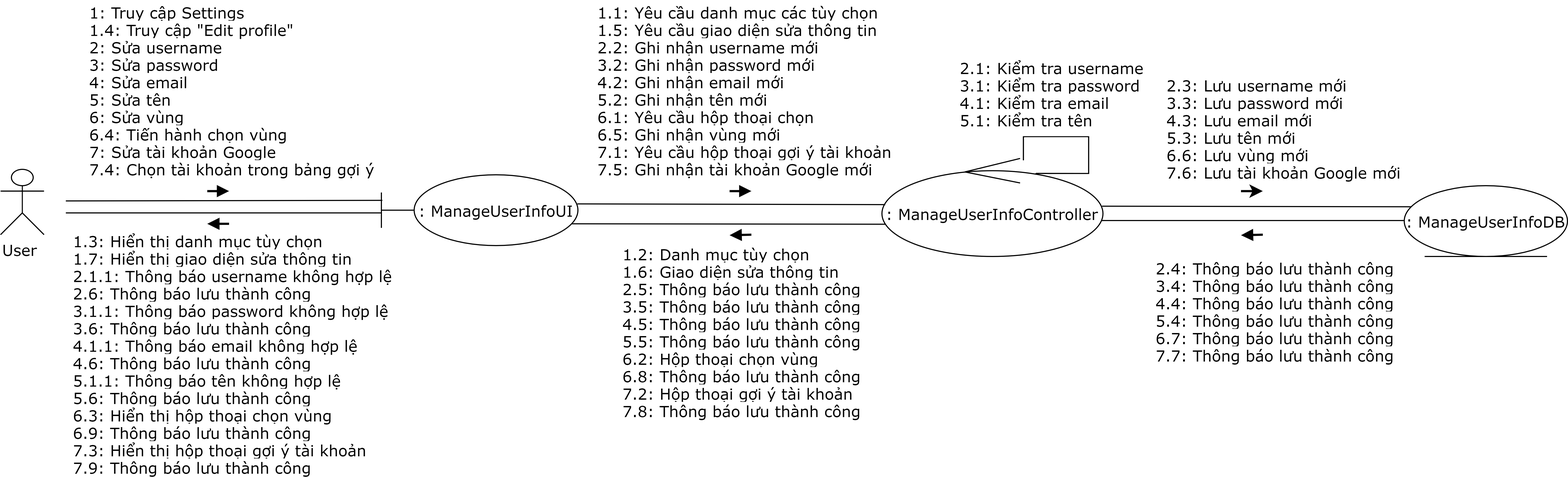
Merevoli-DatLuu/To-Do-App keeps this draw.io diagram as ToDoApp-Doc/Document/Diagram/Collaboration Diagram/ManageUserInfo/ManageUserInfo-CD-final.png. Above is the earlier version. Source tidied: cells renumbered, new cells last; positions are measured from the earlier drawing's top-left corner, leaving out a move shared by most shapes.
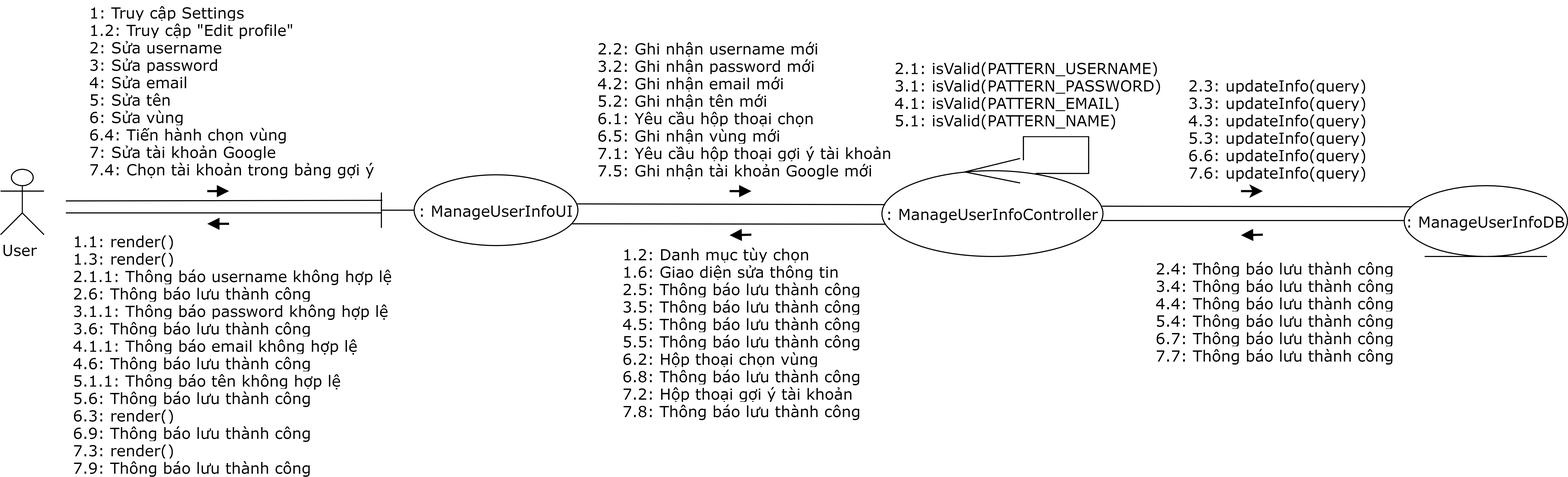
The same file after the commit.

Commit message:
[Modified]: Edit ManageUserInfo Collaboration Diagram

Change to the diagram source:
```diff
@@ -29,8 +29,8 @@
         <mxPoint x="670" y="215.5" as="targetPoint" />
       </mxGeometry>
     </mxCell>
-    <mxCell id="8" value="&lt;span style=&quot;background-color: rgb(255 , 255 , 255)&quot;&gt;2.1: Kiểm tra username&lt;br&gt;3.1: Kiểm tra password&lt;br&gt;4.1: Kiểm tra email&lt;br&gt;5.1: Kiểm tra tên&lt;br&gt;&lt;/span&gt;" style="text;html=1;strokeColor=none;fillColor=none;align=left;verticalAlign=middle;whiteSpace=wrap;rounded=0;fontFamily=Verdana;fontSize=14;" parent="1" vertex="1">
-      <mxGeometry x="880" y="55" width="180" height="62.5" as="geometry" />
+    <mxCell id="8" value="&lt;span style=&quot;background-color: rgb(255 , 255 , 255)&quot;&gt;2.1: isValid(PATTERN_USERNAME)&lt;br&gt;3.1:&amp;nbsp;&lt;/span&gt;&lt;span style=&quot;background-color: rgb(255 , 255 , 255)&quot;&gt;isValid(PATTERN_PASSWORD)&lt;br&gt;&lt;/span&gt;&lt;span style=&quot;background-color: rgb(255 , 255 , 255)&quot;&gt;4.1:&amp;nbsp;&lt;/span&gt;&lt;span style=&quot;background-color: rgb(255 , 255 , 255)&quot;&gt;isValid(PATTERN_EMAIL)&lt;/span&gt;&lt;span style=&quot;background-color: rgb(255 , 255 , 255)&quot;&gt;&lt;br&gt;5.1:&amp;nbsp;&lt;/span&gt;&lt;span style=&quot;background-color: rgb(255 , 255 , 255)&quot;&gt;isValid(PATTERN_NAME)&lt;/span&gt;&lt;span style=&quot;background-color: rgb(255 , 255 , 255)&quot;&gt;&lt;br&gt;&lt;/span&gt;" style="text;html=1;strokeColor=none;fillColor=none;align=left;verticalAlign=middle;whiteSpace=wrap;rounded=0;fontFamily=Verdana;fontSize=14;" parent="1" vertex="1">
+      <mxGeometry x="820" y="55" width="250" height="62.5" as="geometry" />
     </mxCell>
     <mxCell id="9" value=": ManageUserInfoDB" style="ellipse;shape=umlEntity;whiteSpace=wrap;html=1;fontFamily=Verdana;fontSize=14;align=center;" parent="1" vertex="1">
       <mxGeometry x="1290" y="170" width="150" height="65" as="geometry" />
@@ -44,7 +44,7 @@
     <mxCell id="11" style="endArrow=none;html=1;strokeWidth=1;fontFamily=Verdana;fontSize=14;align=left;exitX=0.997;exitY=0.411;exitDx=0;exitDy=0;exitPerimeter=0;entryX=0.015;entryY=0.471;entryDx=0;entryDy=0;entryPerimeter=0;" parent="1" edge="1" source="3" target="5">
       <mxGeometry relative="1" as="geometry" />
     </mxCell>
-    <mxCell id="12" value="&lt;span style=&quot;text-align: center ; background-color: rgb(255 , 255 , 255)&quot;&gt;1: Truy cập Settings&lt;br&gt;&lt;/span&gt;&lt;span style=&quot;text-align: center ; background-color: rgb(255 , 255 , 255)&quot;&gt;1.4: Truy cập &quot;Edit profile&quot;&lt;br&gt;&lt;/span&gt;&lt;span style=&quot;text-align: center ; background-color: rgb(255 , 255 , 255)&quot;&gt;2: Sửa username&lt;br&gt;&lt;/span&gt;&lt;span style=&quot;text-align: center ; background-color: rgb(255 , 255 , 255)&quot;&gt;3: Sửa password&lt;br&gt;&lt;/span&gt;&lt;span style=&quot;text-align: center ; background-color: rgb(255 , 255 , 255)&quot;&gt;4: Sửa email&lt;br&gt;&lt;/span&gt;&lt;span style=&quot;text-align: center ; background-color: rgb(255 , 255 , 255)&quot;&gt;5: Sửa tên&lt;br&gt;&lt;/span&gt;&lt;span style=&quot;text-align: center ; background-color: rgb(255 , 255 , 255)&quot;&gt;6: Sửa vùng&lt;br&gt;&lt;/span&gt;&lt;span style=&quot;text-align: center ; background-color: rgb(255 , 255 , 255)&quot;&gt;6.4: Tiến hành chọn vùng&lt;br&gt;&lt;/span&gt;&lt;span style=&quot;text-align: center ; background-color: rgb(255 , 255 , 255)&quot;&gt;7: Sửa tài khoản Google&lt;br&gt;&lt;/span&gt;&lt;span style=&quot;text-align: center ; background-color: rgb(255 , 255 , 255)&quot;&gt;7.4: Chọn tài khoản trong bảng gợi ý&lt;/span&gt;&lt;span style=&quot;font-family: &amp;#34;verdana&amp;#34; ; background-color: rgb(255 , 255 , 255)&quot;&gt;&lt;br&gt;&lt;/span&gt;" style="text;html=1;strokeColor=none;fillColor=none;align=left;verticalAlign=middle;whiteSpace=wrap;rounded=0;fontFamily=Verdana;fontSize=14;" parent="1" vertex="1">
+    <mxCell id="12" value="&lt;span style=&quot;text-align: center ; background-color: rgb(255 , 255 , 255)&quot;&gt;1: Truy cập Settings&lt;br&gt;&lt;/span&gt;&lt;span style=&quot;text-align: center ; background-color: rgb(255 , 255 , 255)&quot;&gt;1.2: Truy cập &quot;Edit profile&quot;&lt;br&gt;&lt;/span&gt;&lt;span style=&quot;text-align: center ; background-color: rgb(255 , 255 , 255)&quot;&gt;2: Sửa username&lt;br&gt;&lt;/span&gt;&lt;span style=&quot;text-align: center ; background-color: rgb(255 , 255 , 255)&quot;&gt;3: Sửa password&lt;br&gt;&lt;/span&gt;&lt;span style=&quot;text-align: center ; background-color: rgb(255 , 255 , 255)&quot;&gt;4: Sửa email&lt;br&gt;&lt;/span&gt;&lt;span style=&quot;text-align: center ; background-color: rgb(255 , 255 , 255)&quot;&gt;5: Sửa tên&lt;br&gt;&lt;/span&gt;&lt;span style=&quot;text-align: center ; background-color: rgb(255 , 255 , 255)&quot;&gt;6: Sửa vùng&lt;br&gt;&lt;/span&gt;&lt;span style=&quot;text-align: center ; background-color: rgb(255 , 255 , 255)&quot;&gt;6.4: Tiến hành chọn vùng&lt;br&gt;&lt;/span&gt;&lt;span style=&quot;text-align: center ; background-color: rgb(255 , 255 , 255)&quot;&gt;7: Sửa tài khoản Google&lt;br&gt;&lt;/span&gt;&lt;span style=&quot;text-align: center ; background-color: rgb(255 , 255 , 255)&quot;&gt;7.4: Chọn tài khoản trong bảng gợi ý&lt;/span&gt;&lt;span style=&quot;font-family: &amp;#34;verdana&amp;#34; ; background-color: rgb(255 , 255 , 255)&quot;&gt;&lt;br&gt;&lt;/span&gt;" style="text;html=1;strokeColor=none;fillColor=none;align=left;verticalAlign=middle;whiteSpace=wrap;rounded=0;fontFamily=Verdana;fontSize=14;" parent="1" vertex="1">
       <mxGeometry x="80" width="270" height="165" as="geometry" />
     </mxCell>
     <mxCell id="13" style="endArrow=none;html=1;strokeWidth=1;fontFamily=Verdana;fontSize=14;align=left;entryX=0.005;entryY=0.361;entryDx=0;entryDy=0;entryPerimeter=0;" parent="1" edge="1" target="3">
@@ -84,7 +84,7 @@
         <mxPoint x="190" y="205" as="targetPoint" />
       </mxGeometry>
     </mxCell>
-    <mxCell id="20" value="&lt;span style=&quot;text-align: center ; background-color: rgb(255 , 255 , 255)&quot;&gt;1.3: Hiển thị danh mục tùy chọn&lt;br&gt;&lt;/span&gt;&lt;span style=&quot;text-align: center ; background-color: rgb(255 , 255 , 255)&quot;&gt;1.7: Hiển thị giao diện sửa thông tin&lt;br&gt;&lt;/span&gt;&lt;span style=&quot;text-align: center ; background-color: rgb(255 , 255 , 255)&quot;&gt;2.1.1: Thông báo username không hợp lệ&lt;br&gt;&lt;/span&gt;&lt;span style=&quot;text-align: center ; background-color: rgb(255 , 255 , 255)&quot;&gt;2.6: Thông báo lưu thành công&lt;br&gt;&lt;/span&gt;&lt;span style=&quot;text-align: center ; background-color: rgb(255 , 255 , 255)&quot;&gt;3.1.1: Thông báo password không hợp lệ&lt;br&gt;&lt;/span&gt;&lt;span style=&quot;text-align: center ; background-color: rgb(255 , 255 , 255)&quot;&gt;3.6: Thông báo lưu thành công&lt;br&gt;&lt;/span&gt;&lt;span style=&quot;text-align: center ; background-color: rgb(255 , 255 , 255)&quot;&gt;4.1.1: Thông báo email không hợp lệ&lt;br&gt;&lt;/span&gt;&lt;span style=&quot;text-align: center ; background-color: rgb(255 , 255 , 255)&quot;&gt;4.6: Thông báo lưu thành công&lt;br&gt;&lt;/span&gt;&lt;span style=&quot;text-align: center ; background-color: rgb(255 , 255 , 255)&quot;&gt;5.1.1: Thông báo tên không hợp lệ&lt;br&gt;&lt;/span&gt;&lt;span style=&quot;text-align: center ; background-color: rgb(255 , 255 , 255)&quot;&gt;5.6: Thông báo lưu thành công&lt;br&gt;&lt;/span&gt;&lt;span style=&quot;text-align: center ; background-color: rgb(255 , 255 , 255)&quot;&gt;6.3: Hiển thị hộp thoại chọn vùng&lt;br&gt;&lt;/span&gt;&lt;span style=&quot;text-align: center ; background-color: rgb(255 , 255 , 255)&quot;&gt;6.9: Thông báo lưu thành công&lt;br&gt;&lt;/span&gt;&lt;span style=&quot;text-align: center ; background-color: rgb(255 , 255 , 255)&quot;&gt;7.3: Hiển thị hộp thoại gợi ý tài khoản&lt;br&gt;&lt;/span&gt;&lt;span style=&quot;text-align: center ; background-color: rgb(255 , 255 , 255)&quot;&gt;7.9: Thông báo lưu thành công&lt;/span&gt;&lt;span style=&quot;font-family: &amp;#34;verdana&amp;#34; ; background-color: rgb(255 , 255 , 255)&quot;&gt;&lt;br&gt;&lt;/span&gt;" style="text;html=1;strokeColor=none;fillColor=none;align=left;verticalAlign=middle;whiteSpace=wrap;rounded=0;fontFamily=Verdana;fontSize=14;" parent="1" vertex="1">
+    <mxCell id="20" value="&lt;span style=&quot;text-align: center ; background-color: rgb(255 , 255 , 255)&quot;&gt;1.1: render()&lt;br&gt;&lt;/span&gt;&lt;span style=&quot;text-align: center ; background-color: rgb(255 , 255 , 255)&quot;&gt;1.3:&amp;nbsp;&lt;/span&gt;&lt;span style=&quot;text-align: center ; background-color: rgb(255 , 255 , 255)&quot;&gt;render()&lt;/span&gt;&lt;span style=&quot;text-align: center ; background-color: rgb(255 , 255 , 255)&quot;&gt;&lt;br&gt;&lt;/span&gt;&lt;span style=&quot;text-align: center ; background-color: rgb(255 , 255 , 255)&quot;&gt;2.1.1: Thông báo username không hợp lệ&lt;br&gt;&lt;/span&gt;&lt;span style=&quot;text-align: center ; background-color: rgb(255 , 255 , 255)&quot;&gt;2.6: Thông báo lưu thành công&lt;br&gt;&lt;/span&gt;&lt;span style=&quot;text-align: center ; background-color: rgb(255 , 255 , 255)&quot;&gt;3.1.1: Thông báo password không hợp lệ&lt;br&gt;&lt;/span&gt;&lt;span style=&quot;text-align: center ; background-color: rgb(255 , 255 , 255)&quot;&gt;3.6: Thông báo lưu thành công&lt;br&gt;&lt;/span&gt;&lt;span style=&quot;text-align: center ; background-color: rgb(255 , 255 , 255)&quot;&gt;4.1.1: Thông báo email không hợp lệ&lt;br&gt;&lt;/span&gt;&lt;span style=&quot;text-align: center ; background-color: rgb(255 , 255 , 255)&quot;&gt;4.6: Thông báo lưu thành công&lt;br&gt;&lt;/span&gt;&lt;span style=&quot;text-align: center ; background-color: rgb(255 , 255 , 255)&quot;&gt;5.1.1: Thông báo tên không hợp lệ&lt;br&gt;&lt;/span&gt;&lt;span style=&quot;text-align: center ; background-color: rgb(255 , 255 , 255)&quot;&gt;5.6: Thông báo lưu thành công&lt;br&gt;&lt;/span&gt;&lt;span style=&quot;text-align: center ; background-color: rgb(255 , 255 , 255)&quot;&gt;6.3:&amp;nbsp;&lt;/span&gt;&lt;span style=&quot;text-align: center ; background-color: rgb(255 , 255 , 255)&quot;&gt;render()&lt;/span&gt;&lt;span style=&quot;text-align: center ; background-color: rgb(255 , 255 , 255)&quot;&gt;&lt;br&gt;&lt;/span&gt;&lt;span style=&quot;text-align: center ; background-color: rgb(255 , 255 , 255)&quot;&gt;6.9: Thông báo lưu thành công&lt;br&gt;&lt;/span&gt;&lt;span style=&quot;text-align: center ; background-color: rgb(255 , 255 , 255)&quot;&gt;7.3:&amp;nbsp;&lt;/span&gt;&lt;span style=&quot;text-align: center ; background-color: rgb(255 , 255 , 255)&quot;&gt;render()&lt;/span&gt;&lt;span style=&quot;text-align: center ; background-color: rgb(255 , 255 , 255)&quot;&gt;&lt;br&gt;&lt;/span&gt;&lt;span style=&quot;text-align: center ; background-color: rgb(255 , 255 , 255)&quot;&gt;7.9: Thông báo lưu thành công&lt;/span&gt;&lt;span style=&quot;font-family: &amp;#34;verdana&amp;#34; ; background-color: rgb(255 , 255 , 255)&quot;&gt;&lt;br&gt;&lt;/span&gt;" style="text;html=1;strokeColor=none;fillColor=none;align=left;verticalAlign=middle;whiteSpace=wrap;rounded=0;fontFamily=Verdana;fontSize=14;" parent="1" vertex="1">
       <mxGeometry x="65" y="215" width="300" height="220" as="geometry" />
     </mxCell>
     <mxCell id="21" style="endArrow=none;html=1;align=left;entryX=0.043;entryY=0.298;entryDx=0;entryDy=0;entryPerimeter=0;exitX=0.996;exitY=0.487;exitDx=0;exitDy=0;exitPerimeter=0;" parent="1" edge="1" source="5" target="9">
@@ -102,11 +102,11 @@
         <mxPoint x="1140" y="215.5" as="targetPoint" />
       </mxGeometry>
     </mxCell>
-    <mxCell id="24" value="&lt;span style=&quot;text-align: center ; background-color: rgb(255 , 255 , 255)&quot;&gt;1.1: Yêu cầu danh mục các tùy chọn&lt;br&gt;&lt;/span&gt;&lt;span style=&quot;text-align: center ; background-color: rgb(255 , 255 , 255)&quot;&gt;1.5: Yêu cầu giao diện sửa thông tin&lt;br&gt;&lt;/span&gt;&lt;span style=&quot;text-align: center ; background-color: rgb(255 , 255 , 255)&quot;&gt;2.2: Ghi nhận username mới&lt;br&gt;&lt;/span&gt;&lt;span style=&quot;text-align: center ; background-color: rgb(255 , 255 , 255)&quot;&gt;3.2: Ghi nhận password mới&lt;br&gt;&lt;/span&gt;&lt;span style=&quot;text-align: center ; background-color: rgb(255 , 255 , 255)&quot;&gt;4.2: Ghi nhận email mới&lt;br&gt;&lt;/span&gt;&lt;span style=&quot;text-align: center ; background-color: rgb(255 , 255 , 255)&quot;&gt;5.2: Ghi nhận tên mới&lt;br&gt;&lt;/span&gt;&lt;span style=&quot;text-align: center ; background-color: rgb(255 , 255 , 255)&quot;&gt;6.1: Yêu cầu hộp thoại chọn&lt;br&gt;&lt;/span&gt;&lt;span style=&quot;text-align: center ; background-color: rgb(255 , 255 , 255)&quot;&gt;6.5: Ghi nhận vùng mới&lt;br&gt;&lt;/span&gt;&lt;span style=&quot;text-align: center ; background-color: rgb(255 , 255 , 255)&quot;&gt;7.1: Yêu cầu hộp thoại gợi ý tài khoản&lt;br&gt;&lt;/span&gt;&lt;span style=&quot;text-align: center ; background-color: rgb(255 , 255 , 255)&quot;&gt;7.5: Ghi nhận tài khoản Google mới&lt;/span&gt;&lt;span style=&quot;font-family: &amp;#34;verdana&amp;#34; ; background-color: rgb(255 , 255 , 255)&quot;&gt;&lt;br&gt;&lt;/span&gt;" style="text;html=1;strokeColor=none;fillColor=none;align=left;verticalAlign=middle;whiteSpace=wrap;rounded=0;fontFamily=Verdana;fontSize=14;" parent="1" vertex="1">
-      <mxGeometry x="547" width="283" height="165" as="geometry" />
+    <mxCell id="24" value="&lt;span style=&quot;text-align: center ; background-color: rgb(255 , 255 , 255)&quot;&gt;2.2: Ghi nhận username mới&lt;br&gt;&lt;/span&gt;&lt;span style=&quot;text-align: center ; background-color: rgb(255 , 255 , 255)&quot;&gt;3.2: Ghi nhận password mới&lt;br&gt;&lt;/span&gt;&lt;span style=&quot;text-align: center ; background-color: rgb(255 , 255 , 255)&quot;&gt;4.2: Ghi nhận email mới&lt;br&gt;&lt;/span&gt;&lt;span style=&quot;text-align: center ; background-color: rgb(255 , 255 , 255)&quot;&gt;5.2: Ghi nhận tên mới&lt;br&gt;&lt;/span&gt;&lt;span style=&quot;text-align: center ; background-color: rgb(255 , 255 , 255)&quot;&gt;6.1: Yêu cầu hộp thoại chọn&lt;br&gt;&lt;/span&gt;&lt;span style=&quot;text-align: center ; background-color: rgb(255 , 255 , 255)&quot;&gt;6.5: Ghi nhận vùng mới&lt;br&gt;&lt;/span&gt;&lt;span style=&quot;text-align: center ; background-color: rgb(255 , 255 , 255)&quot;&gt;7.1: Yêu cầu hộp thoại gợi ý tài khoản&lt;br&gt;&lt;/span&gt;&lt;span style=&quot;text-align: center ; background-color: rgb(255 , 255 , 255)&quot;&gt;7.5: Ghi nhận tài khoản Google mới&lt;/span&gt;&lt;span style=&quot;font-family: &amp;#34;verdana&amp;#34; ; background-color: rgb(255 , 255 , 255)&quot;&gt;&lt;br&gt;&lt;/span&gt;" style="text;html=1;strokeColor=none;fillColor=none;align=left;verticalAlign=middle;whiteSpace=wrap;rounded=0;fontFamily=Verdana;fontSize=14;" parent="1" vertex="1">
+      <mxGeometry x="547" y="35" width="283" height="130" as="geometry" />
     </mxCell>
-    <mxCell id="25" value="&lt;span style=&quot;text-align: center ; background-color: rgb(255 , 255 , 255)&quot;&gt;2.3: Lưu username mới&lt;br&gt;&lt;/span&gt;&lt;span style=&quot;text-align: center ; background-color: rgb(255 , 255 , 255)&quot;&gt;3.3: Lưu password mới&lt;br&gt;&lt;/span&gt;&lt;span style=&quot;text-align: center ; background-color: rgb(255 , 255 , 255)&quot;&gt;4.3: Lưu email mới&lt;br&gt;&lt;/span&gt;&lt;span style=&quot;text-align: center ; background-color: rgb(255 , 255 , 255)&quot;&gt;5.3: Lưu tên mới&lt;br&gt;&lt;/span&gt;&lt;span style=&quot;text-align: center ; background-color: rgb(255 , 255 , 255)&quot;&gt;6.6: Lưu vùng mới&lt;br&gt;&lt;/span&gt;&lt;span style=&quot;text-align: center ; background-color: rgb(255 , 255 , 255)&quot;&gt;7.6: Lưu tài khoản Google mới&lt;/span&gt;&lt;span style=&quot;background-color: rgb(255 , 255 , 255)&quot;&gt;&lt;br&gt;&lt;/span&gt;" style="text;html=1;strokeColor=none;fillColor=none;align=left;verticalAlign=middle;whiteSpace=wrap;rounded=0;fontFamily=Verdana;fontSize=14;" parent="1" vertex="1">
-      <mxGeometry x="1070" y="70" width="220" height="95" as="geometry" />
+    <mxCell id="25" value="&lt;span style=&quot;text-align: center ; background-color: rgb(255 , 255 , 255)&quot;&gt;2.3:&amp;nbsp;&lt;/span&gt;&lt;span style=&quot;text-align: center ; background-color: rgb(255 , 255 , 255)&quot;&gt;updateInfo(query)&lt;/span&gt;&lt;span style=&quot;text-align: center ; background-color: rgb(255 , 255 , 255)&quot;&gt;&lt;br&gt;&lt;/span&gt;&lt;span style=&quot;text-align: center ; background-color: rgb(255 , 255 , 255)&quot;&gt;3.3:&amp;nbsp;&lt;/span&gt;&lt;span style=&quot;text-align: center ; background-color: rgb(255 , 255 , 255)&quot;&gt;updateInfo(query)&lt;/span&gt;&lt;span style=&quot;text-align: center ; background-color: rgb(255 , 255 , 255)&quot;&gt;&lt;br&gt;&lt;/span&gt;&lt;span style=&quot;text-align: center ; background-color: rgb(255 , 255 , 255)&quot;&gt;4.3:&amp;nbsp;&lt;/span&gt;&lt;span style=&quot;text-align: center ; background-color: rgb(255 , 255 , 255)&quot;&gt;updateInfo(query)&lt;/span&gt;&lt;span style=&quot;text-align: center ; background-color: rgb(255 , 255 , 255)&quot;&gt;&lt;br&gt;&lt;/span&gt;&lt;span style=&quot;text-align: center ; background-color: rgb(255 , 255 , 255)&quot;&gt;5.3:&amp;nbsp;&lt;/span&gt;&lt;span style=&quot;text-align: center ; background-color: rgb(255 , 255 , 255)&quot;&gt;updateInfo(query)&lt;/span&gt;&lt;span style=&quot;text-align: center ; background-color: rgb(255 , 255 , 255)&quot;&gt;&lt;br&gt;&lt;/span&gt;&lt;span style=&quot;text-align: center ; background-color: rgb(255 , 255 , 255)&quot;&gt;6.6:&amp;nbsp;&lt;/span&gt;&lt;span style=&quot;text-align: center ; background-color: rgb(255 , 255 , 255)&quot;&gt;updateInfo(query)&lt;/span&gt;&lt;span style=&quot;text-align: center ; background-color: rgb(255 , 255 , 255)&quot;&gt;&lt;br&gt;&lt;/span&gt;&lt;span style=&quot;text-align: center ; background-color: rgb(255 , 255 , 255)&quot;&gt;7.6:&amp;nbsp;&lt;/span&gt;&lt;span style=&quot;text-align: center ; background-color: rgb(255 , 255 , 255)&quot;&gt;updateInfo(query)&lt;/span&gt;&lt;span style=&quot;background-color: rgb(255 , 255 , 255)&quot;&gt;&lt;br&gt;&lt;/span&gt;" style="text;html=1;strokeColor=none;fillColor=none;align=left;verticalAlign=middle;whiteSpace=wrap;rounded=0;fontFamily=Verdana;fontSize=14;" parent="1" vertex="1">
+      <mxGeometry x="1090" y="70" width="170" height="95" as="geometry" />
     </mxCell>
   </root>
 </mxGraphModel>
```
